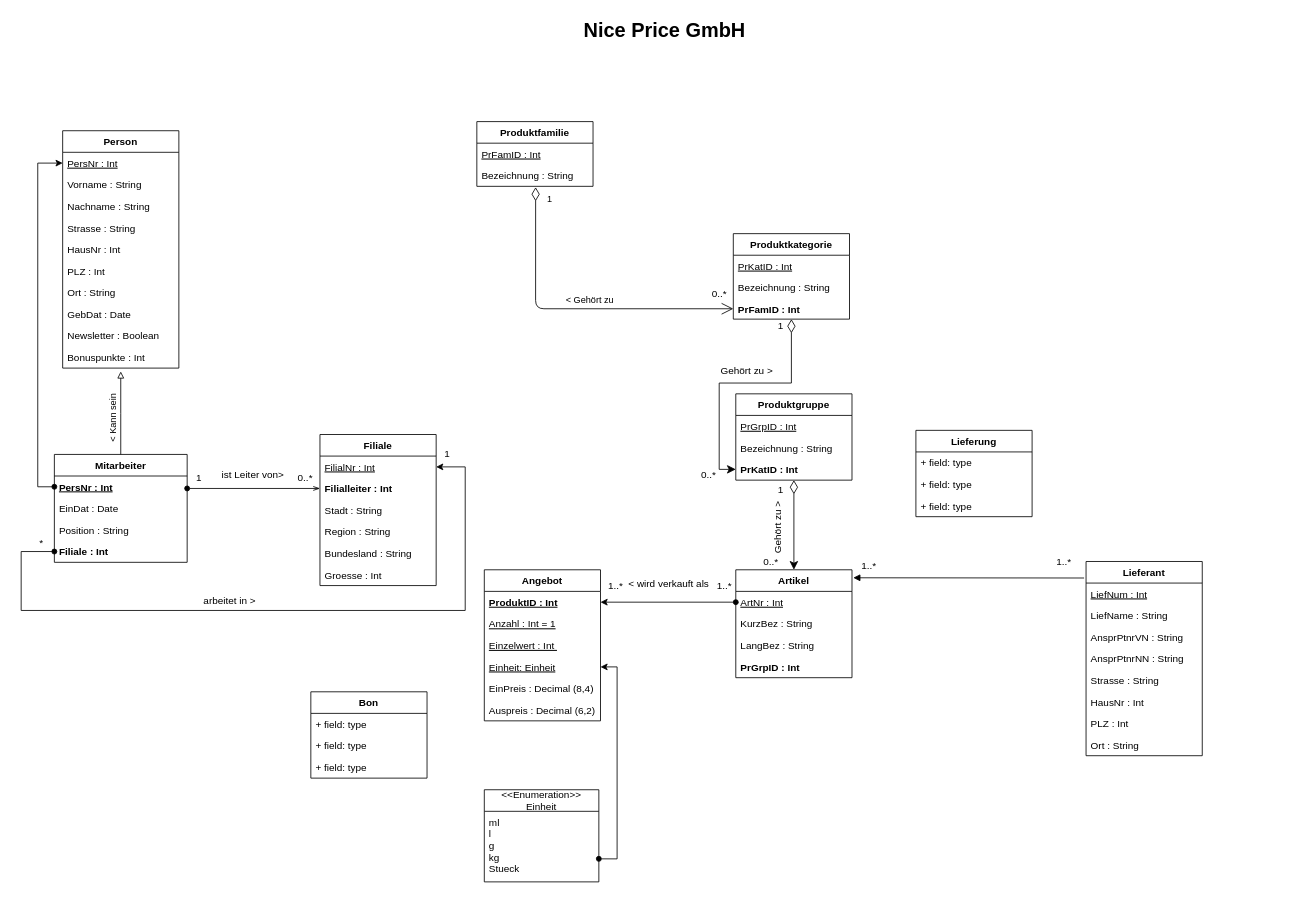
Before: NicePriceUML.drawio in Resteklicken/DBS, a draw.io diagram. Source tidied: cells renumbered, new cells numbered last; positions are measured from the earlier drawing's top-left corner, leaving out a move shared by most shapes. Both pictures are drawn from the tidied source at 83%, with x=0, y=0 at pixel (21, 14).
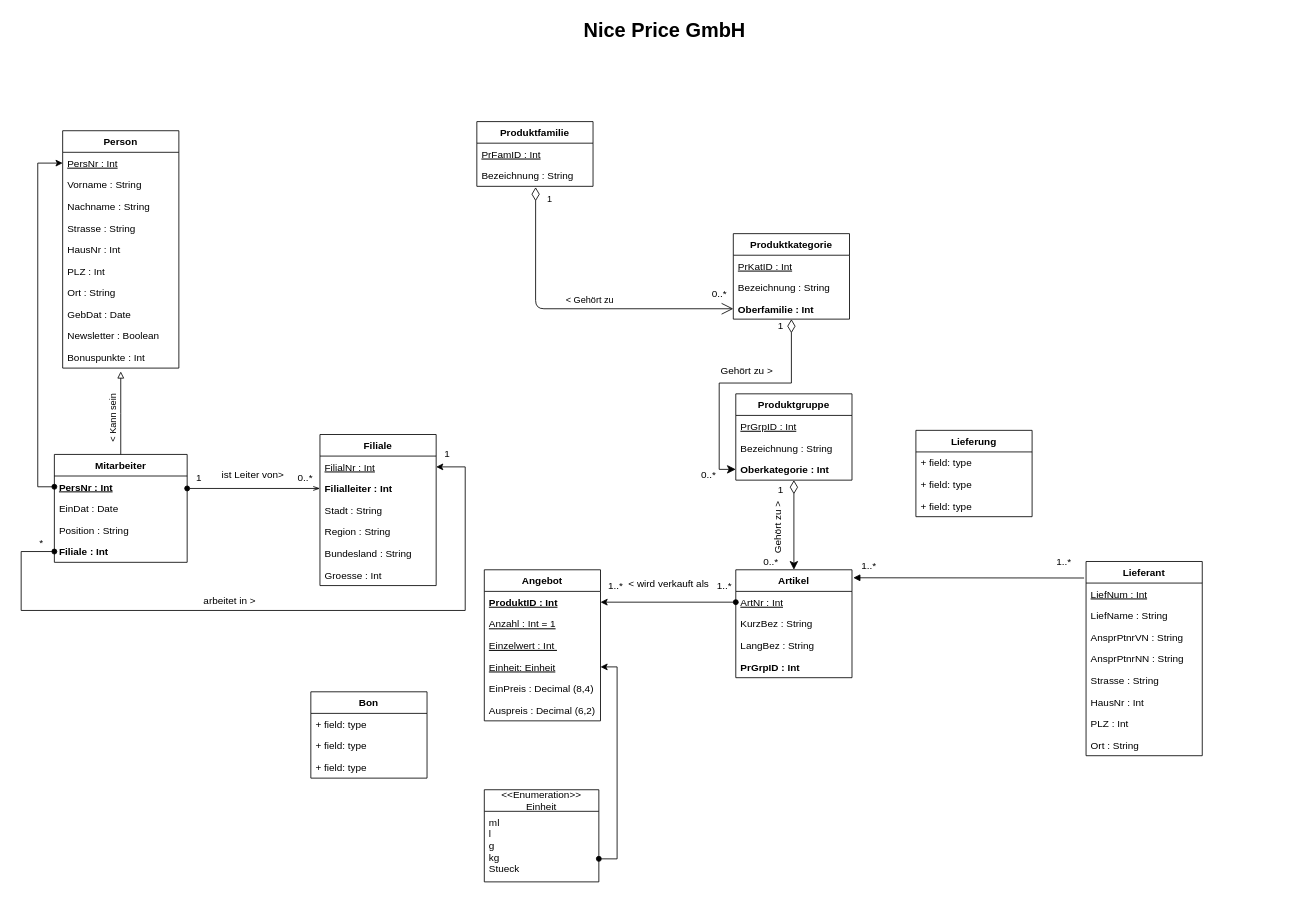
The same page after the edit.

The change refers to these unchanged cells:
```xml
<mxCell id="42" value="Produktkategorie" style="swimlane;fontStyle=1;horizontal=1;startSize=26;fillColor=none;" parent="1" vertex="1">
  <mxGeometry x="858" y="264" width="140" height="103" as="geometry" />
</mxCell>
<mxCell id="88" value="Produktgruppe" style="swimlane;fontStyle=1;horizontal=1;startSize=26;fillColor=none;" parent="1" vertex="1">
  <mxGeometry x="861" y="457" width="140" height="104" as="geometry" />
</mxCell>
```

The edit, as a diff of the source:
```diff
@@
-    <mxCell id="45" value="PrFamID : Int" style="text;strokeColor=none;fillColor=none;align=left;verticalAlign=top;spacingLeft=4;spacingRight=4;overflow=hidden;points=[[0,0.5],[1,0.5]];portConstraint=eastwest;fontStyle=1;" parent="42" vertex="1">
+    <mxCell id="45" value="Oberfamilie : Int" style="text;strokeColor=none;fillColor=none;align=left;verticalAlign=top;spacingLeft=4;spacingRight=4;overflow=hidden;points=[[0,0.5],[1,0.5]];portConstraint=eastwest;fontStyle=1;" parent="42" vertex="1">
       <mxGeometry y="78" width="140" height="25" as="geometry" />
     </mxCell>
@@
-    <mxCell id="91" value="PrKatID : Int" style="text;strokeColor=none;fillColor=none;align=left;verticalAlign=top;spacingLeft=4;spacingRight=4;overflow=hidden;points=[[0,0.5],[1,0.5]];portConstraint=eastwest;fontStyle=1;" parent="88" vertex="1">
+    <mxCell id="91" value="Oberkategorie : Int" style="text;strokeColor=none;fillColor=none;align=left;verticalAlign=top;spacingLeft=4;spacingRight=4;overflow=hidden;points=[[0,0.5],[1,0.5]];portConstraint=eastwest;fontStyle=1;" parent="88" vertex="1">
       <mxGeometry y="78" width="140" height="26" as="geometry" />
     </mxCell>
```
